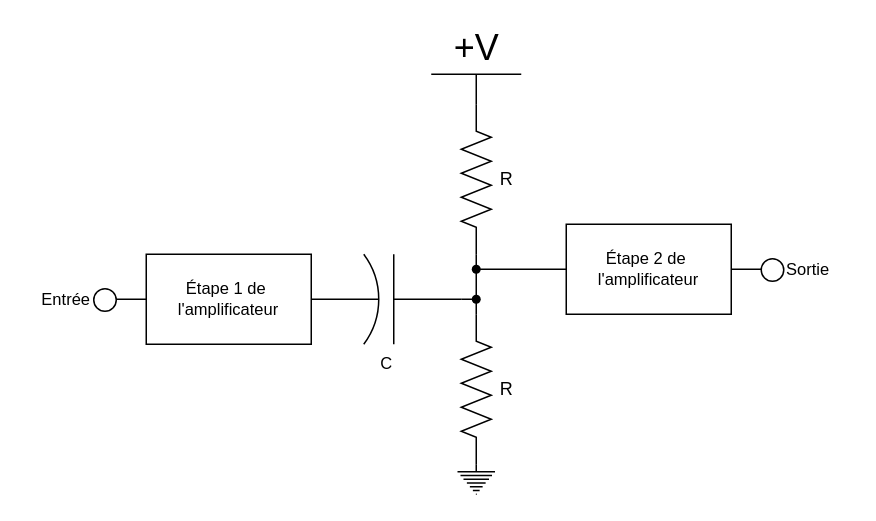
Earlier version of the draw.io diagram 1A5/Cours/Des_9-7a.drawio (JoseForest-CLJ/Draw.io-files). Source tidied: cells renumbered, new cells numbered last; positions are measured from the earlier drawing's top-left corner, leaving out a move shared by most shapes. Both pictures are drawn from the tidied source at 150%, with x=0, y=0 at pixel (26, 74).
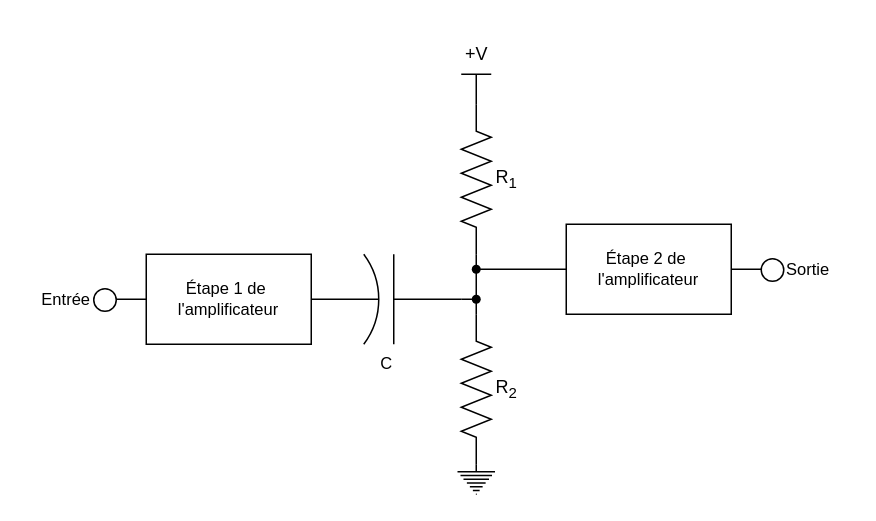
The same diagram, later.

The edit, as a diff of the source:
```diff
@@
-    <mxCell id="3" value="R" style="verticalLabelPosition=bottom;shadow=0;dashed=0;align=center;html=1;verticalAlign=middle;shape=mxgraph.electrical.resistors.resistor_2;rotation=90;convertToSvg=1;horizontal=0;" parent="1" vertex="1">
+    <mxCell id="3" value="R&lt;sub&gt;1&lt;/sub&gt;" style="verticalLabelPosition=bottom;shadow=0;dashed=0;align=center;html=1;verticalAlign=middle;shape=mxgraph.electrical.resistors.resistor_2;rotation=90;convertToSvg=1;horizontal=0;" parent="1" vertex="1">
       <mxGeometry x="250" y="60" width="100" height="20" as="geometry" />
     </mxCell>
@@
-    <mxCell id="5" value="R" style="verticalLabelPosition=bottom;shadow=0;dashed=0;align=center;html=1;verticalAlign=middle;shape=mxgraph.electrical.resistors.resistor_2;rotation=90;horizontal=0;convertToSvg=1;" parent="1" vertex="1">
+    <mxCell id="5" value="R&lt;sub&gt;2&lt;/sub&gt;" style="verticalLabelPosition=bottom;shadow=0;dashed=0;align=center;html=1;verticalAlign=middle;shape=mxgraph.electrical.resistors.resistor_2;rotation=90;horizontal=0;convertToSvg=1;" parent="1" vertex="1">
       <mxGeometry x="250" y="200" width="100" height="20" as="geometry" />
     </mxCell>
@@
-    <mxCell id="14" value="+V" style="verticalLabelPosition=top;verticalAlign=bottom;shape=mxgraph.electrical.signal_sources.vdd;shadow=0;dashed=0;align=center;strokeWidth=1;fontSize=24;html=1;flipV=1;fontFamily=Helvetica;fontColor=default;labelBackgroundColor=default;convertToSvg=1;" parent="1" vertex="1">
-      <mxGeometry x="270" width="60" height="20" as="geometry" />
+    <mxCell id="14" value="&lt;font style=&quot;font-size: 12px;&quot;&gt;+V&lt;/font&gt;" style="verticalLabelPosition=top;verticalAlign=bottom;shape=mxgraph.electrical.signal_sources.vdd;shadow=0;dashed=0;align=center;strokeWidth=1;fontSize=24;html=1;flipV=1;fontFamily=Helvetica;fontColor=default;labelBackgroundColor=default;convertToSvg=1;spacing=2;" parent="1" vertex="1">
+      <mxGeometry x="290" width="20" height="20" as="geometry" />
     </mxCell>
```
